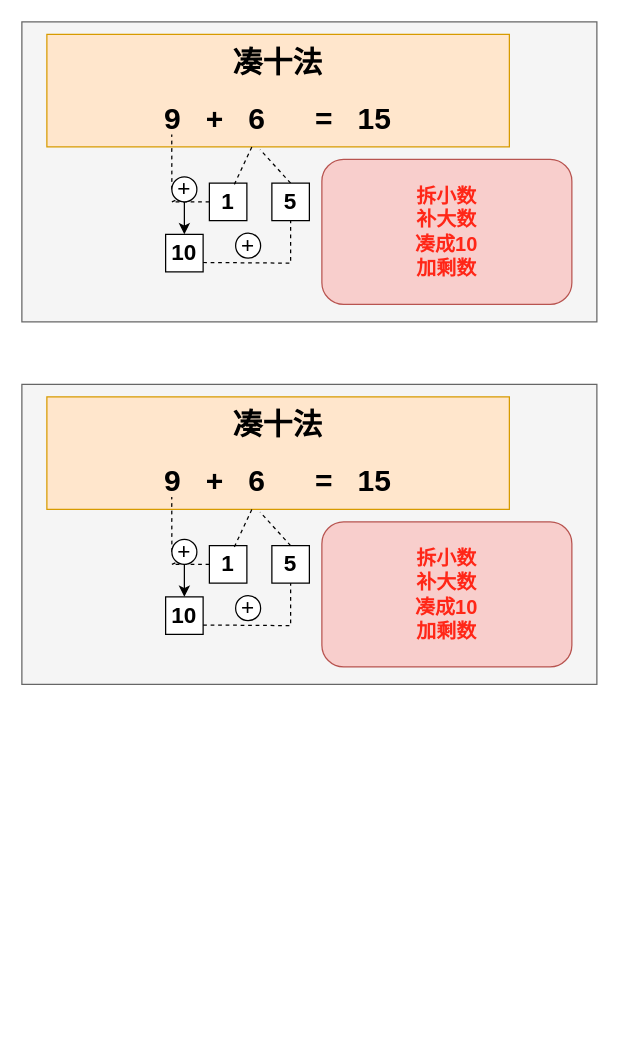
Before: 数学/一年级数学.drawio in liangxifeng833/draw-file, a draw.io diagram. Source tidied: cells renumbered, new cells numbered last; positions are measured from the earlier drawing's top-left corner, leaving out a move shared by most shapes. Both pictures are drawn from the tidied source at 125%, with x=0, y=0 at pixel (21, 21).
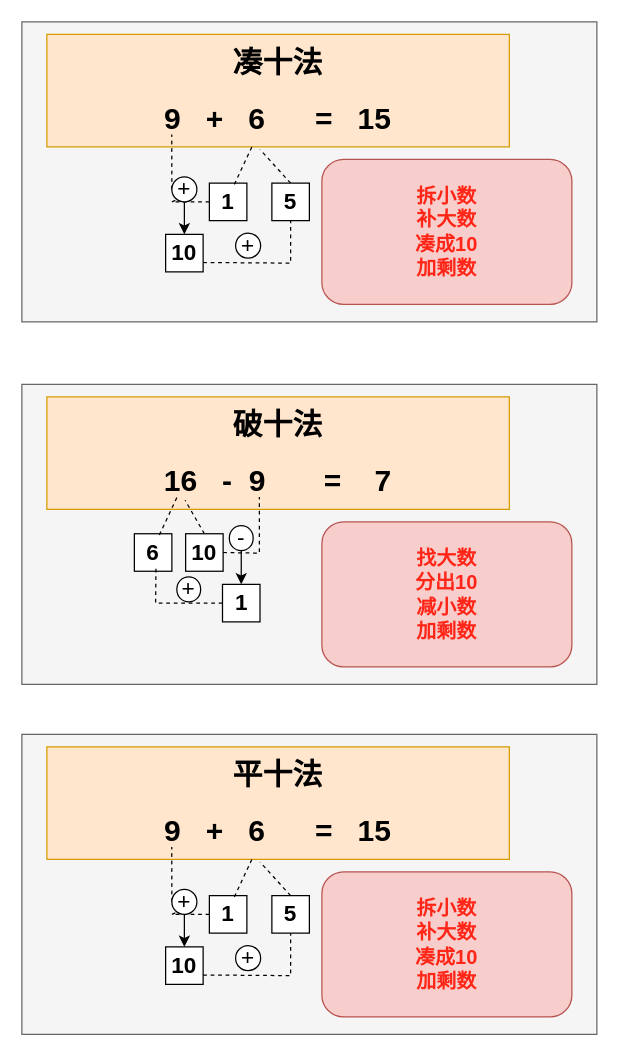
Above is the later version.

Commit message (it also covers changes not shown here):
更新一年级数学.drawio

Change to the diagram source:
```diff
@@
-    <mxCell id="17" value="&lt;h1&gt;凑十法&lt;/h1&gt;&lt;h1&gt;9&amp;nbsp; &amp;nbsp;+&amp;nbsp; &amp;nbsp;6&amp;nbsp; &amp;nbsp; &amp;nbsp; =&amp;nbsp; &amp;nbsp;15&lt;/h1&gt;" style="rounded=0;whiteSpace=wrap;html=1;fillColor=#ffe6cc;strokeColor=#d79b00;align=center;" parent="1" vertex="1">
+    <mxCell id="17" value="&lt;h1&gt;破十法&lt;/h1&gt;&lt;h1&gt;16&amp;nbsp; &amp;nbsp;-&amp;nbsp; 9&amp;nbsp; &amp;nbsp; &amp;nbsp; &amp;nbsp;=&amp;nbsp; &amp;nbsp; 7&lt;/h1&gt;" style="rounded=0;whiteSpace=wrap;html=1;fillColor=#ffe6cc;strokeColor=#d79b00;align=center;" parent="1" vertex="1">
       <mxGeometry x="20" y="300" width="370" height="90" as="geometry" />
     </mxCell>
-    <mxCell id="18" style="endArrow=none;dashed=1;html=1;rounded=0;exitX=0.5;exitY=0;exitDx=0;exitDy=0;entryX=0.461;entryY=1.024;entryDx=0;entryDy=0;entryPerimeter=0;" parent="1" edge="1" source="20" target="17">
-      <mxGeometry relative="1" as="geometry" />
+    <mxCell id="18" style="endArrow=none;dashed=1;html=1;rounded=0;exitX=0.5;exitY=0;exitDx=0;exitDy=0;entryX=0.461;entryY=1.024;entryDx=0;entryDy=0;entryPerimeter=0;" parent="1" edge="1" source="20">
+      <mxGeometry relative="1" as="geometry">
+        <mxPoint x="130.6" y="382.7" as="targetPoint" />
+      </mxGeometry>
     </mxCell>
-    <mxCell id="19" value="&lt;font style=&quot;font-size: 18px;&quot;&gt;&lt;b&gt;1&lt;/b&gt;&lt;/font&gt;" style="whiteSpace=wrap;html=1;" parent="1" vertex="1">
-      <mxGeometry x="150" y="419" width="30" height="30" as="geometry" />
+    <mxCell id="19" value="&lt;font style=&quot;font-size: 18px;&quot;&gt;&lt;b&gt;6&lt;/b&gt;&lt;/font&gt;" style="whiteSpace=wrap;html=1;" parent="1" vertex="1">
+      <mxGeometry x="90" y="409.5" width="30" height="30" as="geometry" />
     </mxCell>
-    <mxCell id="20" value="&lt;font style=&quot;font-size: 18px;&quot;&gt;&lt;b&gt;5&lt;/b&gt;&lt;/font&gt;" style="whiteSpace=wrap;html=1;" parent="1" vertex="1">
-      <mxGeometry x="200" y="419" width="30" height="30" as="geometry" />
+    <mxCell id="20" value="&lt;font style=&quot;font-size: 18px;&quot;&gt;&lt;b&gt;10&lt;/b&gt;&lt;/font&gt;" style="whiteSpace=wrap;html=1;" parent="1" vertex="1">
+      <mxGeometry x="131" y="409.5" width="30" height="30" as="geometry" />
     </mxCell>
-    <mxCell id="21" style="endArrow=none;dashed=1;html=1;rounded=0;" parent="1" edge="1" target="17">
+    <mxCell id="21" style="endArrow=none;dashed=1;html=1;rounded=0;" parent="1" edge="1">
       <mxGeometry relative="1" as="geometry">
-        <mxPoint x="170" y="420" as="sourcePoint" />
+        <mxPoint x="110" y="410.5" as="sourcePoint" />
+        <mxPoint x="124" y="380.5" as="targetPoint" />
       </mxGeometry>
     </mxCell>
-    <mxCell id="22" style="endArrow=none;dashed=1;html=1;rounded=0;entryX=0.27;entryY=0.889;entryDx=0;entryDy=0;entryPerimeter=0;exitX=0;exitY=0.5;exitDx=0;exitDy=0;" parent="1" edge="1" source="24" target="17">
-      <mxGeometry relative="1" as="geometry" />
-    </mxCell>
-    <mxCell id="23" style="endArrow=none;dashed=1;html=1;rounded=0;entryX=0.27;entryY=0.889;entryDx=0;entryDy=0;entryPerimeter=0;exitX=0;exitY=0.5;exitDx=0;exitDy=0;" parent="1" edge="1" source="19" target="24">
-      <mxGeometry relative="1" as="geometry">
-        <Array as="points">
-          <mxPoint x="120" y="434" />
-        </Array>
-      </mxGeometry>
-    </mxCell>
-    <mxCell id="24" value="&lt;font style=&quot;font-size: 18px;&quot;&gt;+&lt;/font&gt;" style="rounded=1;whiteSpace=wrap;html=1;labelBorderColor=none;arcSize=50;" parent="1" vertex="1">
-      <mxGeometry x="120" y="414" width="20" height="20" as="geometry" />
-    </mxCell>
-    <mxCell id="25" value="&lt;font style=&quot;font-size: 18px;&quot;&gt;&lt;b&gt;10&lt;/b&gt;&lt;/font&gt;" style="whiteSpace=wrap;html=1;" parent="1" vertex="1">
-      <mxGeometry x="115" y="460" width="30" height="30" as="geometry" />
+    <mxCell id="25" value="&lt;font style=&quot;font-size: 18px;&quot;&gt;&lt;b&gt;1&lt;/b&gt;&lt;/font&gt;" style="whiteSpace=wrap;html=1;" parent="1" vertex="1">
+      <mxGeometry x="160.5" y="450" width="30" height="30" as="geometry" />
     </mxCell>
-    <mxCell id="26" style="endArrow=classic;html=1;rounded=0;exitX=0.5;exitY=1;exitDx=0;exitDy=0;entryX=0.5;entryY=0;entryDx=0;entryDy=0;" parent="1" edge="1" source="24" target="25">
-      <mxGeometry relative="1" as="geometry" />
-    </mxCell>
-    <mxCell id="27" style="endArrow=none;dashed=1;html=1;rounded=0;exitX=1;exitY=0.75;exitDx=0;exitDy=0;entryX=0.5;entryY=1;entryDx=0;entryDy=0;" parent="1" edge="1" source="25" target="20">
+    <mxCell id="27" style="endArrow=none;dashed=1;html=1;rounded=0;exitX=1;exitY=0.5;exitDx=0;exitDy=0;" parent="1" edge="1" source="20">
       <mxGeometry relative="1" as="geometry">
+        <mxPoint x="190" y="380" as="targetPoint" />
         <Array as="points">
-          <mxPoint x="215" y="483" />
+          <mxPoint x="190" y="425" />
         </Array>
       </mxGeometry>
     </mxCell>
-    <mxCell id="28" value="&lt;font style=&quot;font-size: 18px;&quot;&gt;+&lt;/font&gt;" style="rounded=1;whiteSpace=wrap;html=1;labelBorderColor=none;arcSize=50;" parent="1" vertex="1">
-      <mxGeometry x="171" y="459" width="20" height="20" as="geometry" />
+    <mxCell id="28" value="&lt;font style=&quot;font-size: 18px;&quot;&gt;-&lt;/font&gt;" style="rounded=1;whiteSpace=wrap;html=1;labelBorderColor=none;arcSize=50;" parent="1" vertex="1">
+      <mxGeometry x="166" y="403" width="19" height="20" as="geometry" />
     </mxCell>
-    <mxCell id="29" value="&lt;h5 style=&quot;font-size: 16px;&quot;&gt;&lt;font color=&quot;#ff2617&quot;&gt;&lt;font style=&quot;font-size: 16px;&quot;&gt;拆小数&lt;br&gt;&lt;/font&gt;&lt;font style=&quot;font-size: 16px;&quot;&gt;补大数&lt;br&gt;&lt;/font&gt;&lt;font style=&quot;font-size: 16px;&quot;&gt;凑成10&lt;br&gt;&lt;/font&gt;&lt;font style=&quot;font-size: 16px;&quot;&gt;加剩数&lt;/font&gt;&lt;/font&gt;&lt;/h5&gt;" style="rounded=1;whiteSpace=wrap;html=1;fillColor=#f8cecc;strokeColor=#b85450;" parent="1" vertex="1">
+    <mxCell id="29" value="&lt;h5 style=&quot;font-size: 16px;&quot;&gt;&lt;font color=&quot;#ff2617&quot;&gt;&lt;font style=&quot;font-size: 16px;&quot;&gt;找大数&lt;br&gt;&lt;/font&gt;&lt;font style=&quot;font-size: 16px;&quot;&gt;分出10&lt;br&gt;&lt;/font&gt;&lt;font style=&quot;font-size: 16px;&quot;&gt;减小数&lt;br&gt;&lt;/font&gt;&lt;font style=&quot;font-size: 16px;&quot;&gt;加剩数&lt;/font&gt;&lt;/font&gt;&lt;/h5&gt;" style="rounded=1;whiteSpace=wrap;html=1;fillColor=#f8cecc;strokeColor=#b85450;" parent="1" vertex="1">
       <mxGeometry x="240" y="400" width="200" height="116" as="geometry" />
     </mxCell>
+    <mxCell id="30" style="endArrow=classic;html=1;rounded=0;exitX=0.5;exitY=1;exitDx=0;exitDy=0;entryX=0.5;entryY=0;entryDx=0;entryDy=0;" parent="1" edge="1" source="28" target="25">
+      <mxGeometry relative="1" as="geometry" />
+    </mxCell>
+    <mxCell id="31" style="endArrow=none;dashed=1;html=1;rounded=0;entryX=0.576;entryY=0.852;entryDx=0;entryDy=0;entryPerimeter=0;exitX=0;exitY=0.5;exitDx=0;exitDy=0;" parent="1" edge="1" source="25" target="19">
+      <mxGeometry relative="1" as="geometry">
+        <Array as="points">
+          <mxPoint x="107" y="465" />
+        </Array>
+      </mxGeometry>
+    </mxCell>
+    <mxCell id="32" value="&lt;font style=&quot;font-size: 18px;&quot;&gt;+&lt;/font&gt;" style="rounded=1;whiteSpace=wrap;html=1;labelBorderColor=none;arcSize=50;" parent="1" vertex="1">
+      <mxGeometry x="124" y="444" width="19" height="20" as="geometry" />
+    </mxCell>
+    <mxCell id="33" style="rounded=0;whiteSpace=wrap;html=1;fillColor=#f5f5f5;fontColor=#333333;strokeColor=#666666;" parent="1" vertex="1">
+      <mxGeometry y="570" width="460" height="240" as="geometry" />
+    </mxCell>
+    <mxCell id="34" value="&lt;h1&gt;平十法&lt;/h1&gt;&lt;h1&gt;9&amp;nbsp; &amp;nbsp;+&amp;nbsp; &amp;nbsp;6&amp;nbsp; &amp;nbsp; &amp;nbsp; =&amp;nbsp; &amp;nbsp;15&lt;/h1&gt;" style="rounded=0;whiteSpace=wrap;html=1;fillColor=#ffe6cc;strokeColor=#d79b00;align=center;" parent="1" vertex="1">
+      <mxGeometry x="20" y="580" width="370" height="90" as="geometry" />
+    </mxCell>
+    <mxCell id="35" style="endArrow=none;dashed=1;html=1;rounded=0;exitX=0.5;exitY=0;exitDx=0;exitDy=0;entryX=0.461;entryY=1.024;entryDx=0;entryDy=0;entryPerimeter=0;" parent="1" edge="1" source="37" target="34">
+      <mxGeometry relative="1" as="geometry" />
+    </mxCell>
+    <mxCell id="36" value="&lt;font style=&quot;font-size: 18px;&quot;&gt;&lt;b&gt;1&lt;/b&gt;&lt;/font&gt;" style="whiteSpace=wrap;html=1;" parent="1" vertex="1">
+      <mxGeometry x="150" y="699" width="30" height="30" as="geometry" />
+    </mxCell>
+    <mxCell id="37" value="&lt;font style=&quot;font-size: 18px;&quot;&gt;&lt;b&gt;5&lt;/b&gt;&lt;/font&gt;" style="whiteSpace=wrap;html=1;" parent="1" vertex="1">
+      <mxGeometry x="200" y="699" width="30" height="30" as="geometry" />
+    </mxCell>
+    <mxCell id="38" style="endArrow=none;dashed=1;html=1;rounded=0;" parent="1" edge="1" target="34">
+      <mxGeometry relative="1" as="geometry">
+        <mxPoint x="170" y="700" as="sourcePoint" />
+      </mxGeometry>
+    </mxCell>
+    <mxCell id="39" style="endArrow=none;dashed=1;html=1;rounded=0;entryX=0.27;entryY=0.889;entryDx=0;entryDy=0;entryPerimeter=0;exitX=0;exitY=0.5;exitDx=0;exitDy=0;" parent="1" edge="1" source="41" target="34">
+      <mxGeometry relative="1" as="geometry" />
+    </mxCell>
+    <mxCell id="40" style="endArrow=none;dashed=1;html=1;rounded=0;entryX=0.27;entryY=0.889;entryDx=0;entryDy=0;entryPerimeter=0;exitX=0;exitY=0.5;exitDx=0;exitDy=0;" parent="1" edge="1" source="36" target="41">
+      <mxGeometry relative="1" as="geometry">
+        <Array as="points">
+          <mxPoint x="120" y="714" />
+        </Array>
+      </mxGeometry>
+    </mxCell>
+    <mxCell id="41" value="&lt;font style=&quot;font-size: 18px;&quot;&gt;+&lt;/font&gt;" style="rounded=1;whiteSpace=wrap;html=1;labelBorderColor=none;arcSize=50;" parent="1" vertex="1">
+      <mxGeometry x="120" y="694" width="20" height="20" as="geometry" />
+    </mxCell>
+    <mxCell id="42" value="&lt;font style=&quot;font-size: 18px;&quot;&gt;&lt;b&gt;10&lt;/b&gt;&lt;/font&gt;" style="whiteSpace=wrap;html=1;" parent="1" vertex="1">
+      <mxGeometry x="115" y="740" width="30" height="30" as="geometry" />
+    </mxCell>
+    <mxCell id="43" style="endArrow=classic;html=1;rounded=0;exitX=0.5;exitY=1;exitDx=0;exitDy=0;entryX=0.5;entryY=0;entryDx=0;entryDy=0;" parent="1" edge="1" source="41" target="42">
+      <mxGeometry relative="1" as="geometry" />
+    </mxCell>
+    <mxCell id="44" style="endArrow=none;dashed=1;html=1;rounded=0;exitX=1;exitY=0.75;exitDx=0;exitDy=0;entryX=0.5;entryY=1;entryDx=0;entryDy=0;" parent="1" edge="1" source="42" target="37">
+      <mxGeometry relative="1" as="geometry">
+        <Array as="points">
+          <mxPoint x="215" y="763" />
+        </Array>
+      </mxGeometry>
+    </mxCell>
+    <mxCell id="45" value="&lt;font style=&quot;font-size: 18px;&quot;&gt;+&lt;/font&gt;" style="rounded=1;whiteSpace=wrap;html=1;labelBorderColor=none;arcSize=50;" parent="1" vertex="1">
+      <mxGeometry x="171" y="739" width="20" height="20" as="geometry" />
+    </mxCell>
+    <mxCell id="46" value="&lt;h5 style=&quot;font-size: 16px;&quot;&gt;&lt;font color=&quot;#ff2617&quot;&gt;&lt;font style=&quot;font-size: 16px;&quot;&gt;拆小数&lt;br&gt;&lt;/font&gt;&lt;font style=&quot;font-size: 16px;&quot;&gt;补大数&lt;br&gt;&lt;/font&gt;&lt;font style=&quot;font-size: 16px;&quot;&gt;凑成10&lt;br&gt;&lt;/font&gt;&lt;font style=&quot;font-size: 16px;&quot;&gt;加剩数&lt;/font&gt;&lt;/font&gt;&lt;/h5&gt;" style="rounded=1;whiteSpace=wrap;html=1;fillColor=#f8cecc;strokeColor=#b85450;" parent="1" vertex="1">
+      <mxGeometry x="240" y="680" width="200" height="116" as="geometry" />
+    </mxCell>
```
